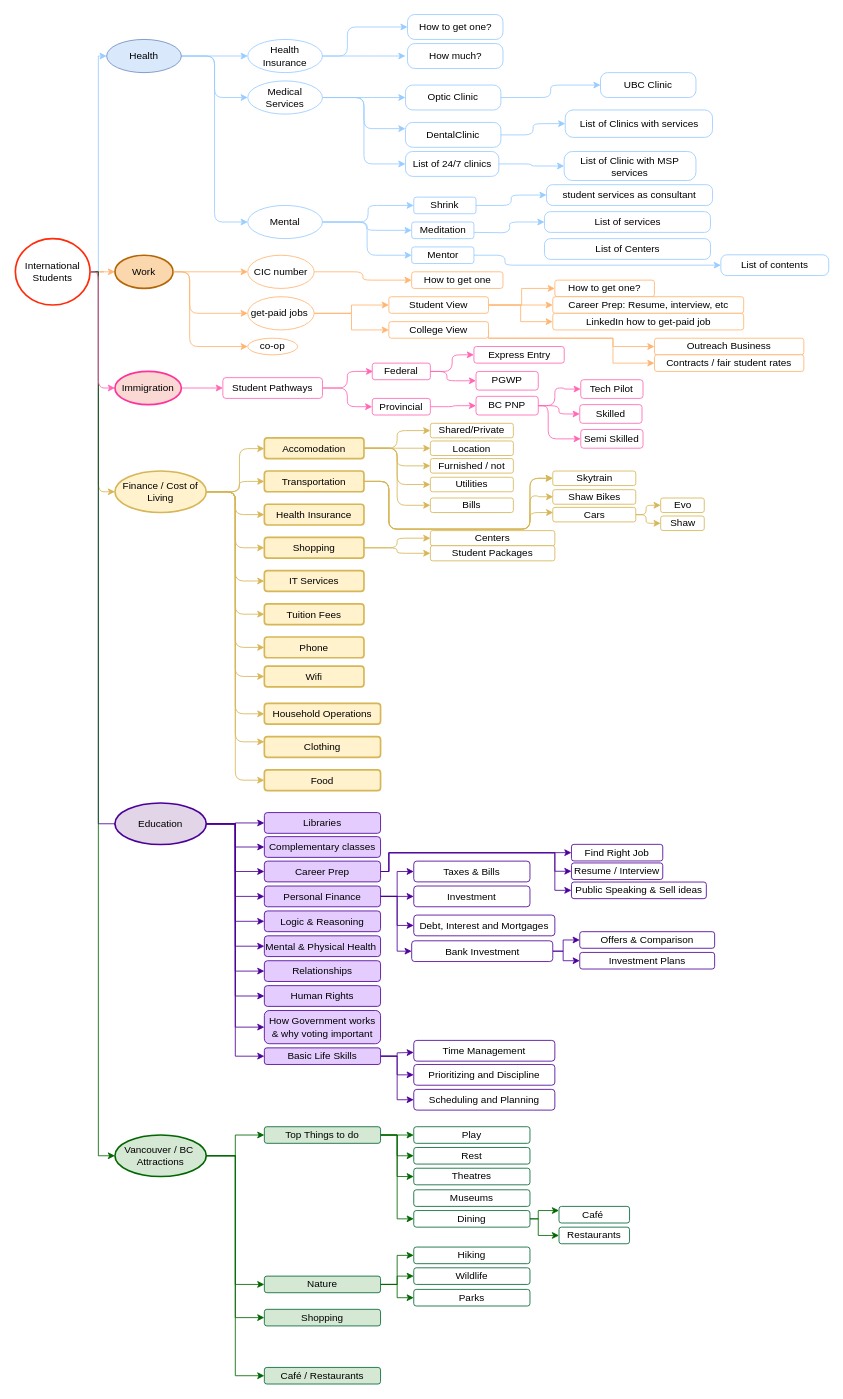
Elaheh-sharafian/portfolio keeps this draw.io diagram as Untitled Diagram.drawio. Above is the earlier version. Source tidied: cells renumbered, new cells numbered last; positions are measured from the earlier drawing's top-left corner, leaving out a move shared by most shapes. Both pictures are drawn from the tidied source at 83%, with x=0, y=0 at pixel (15, 14).
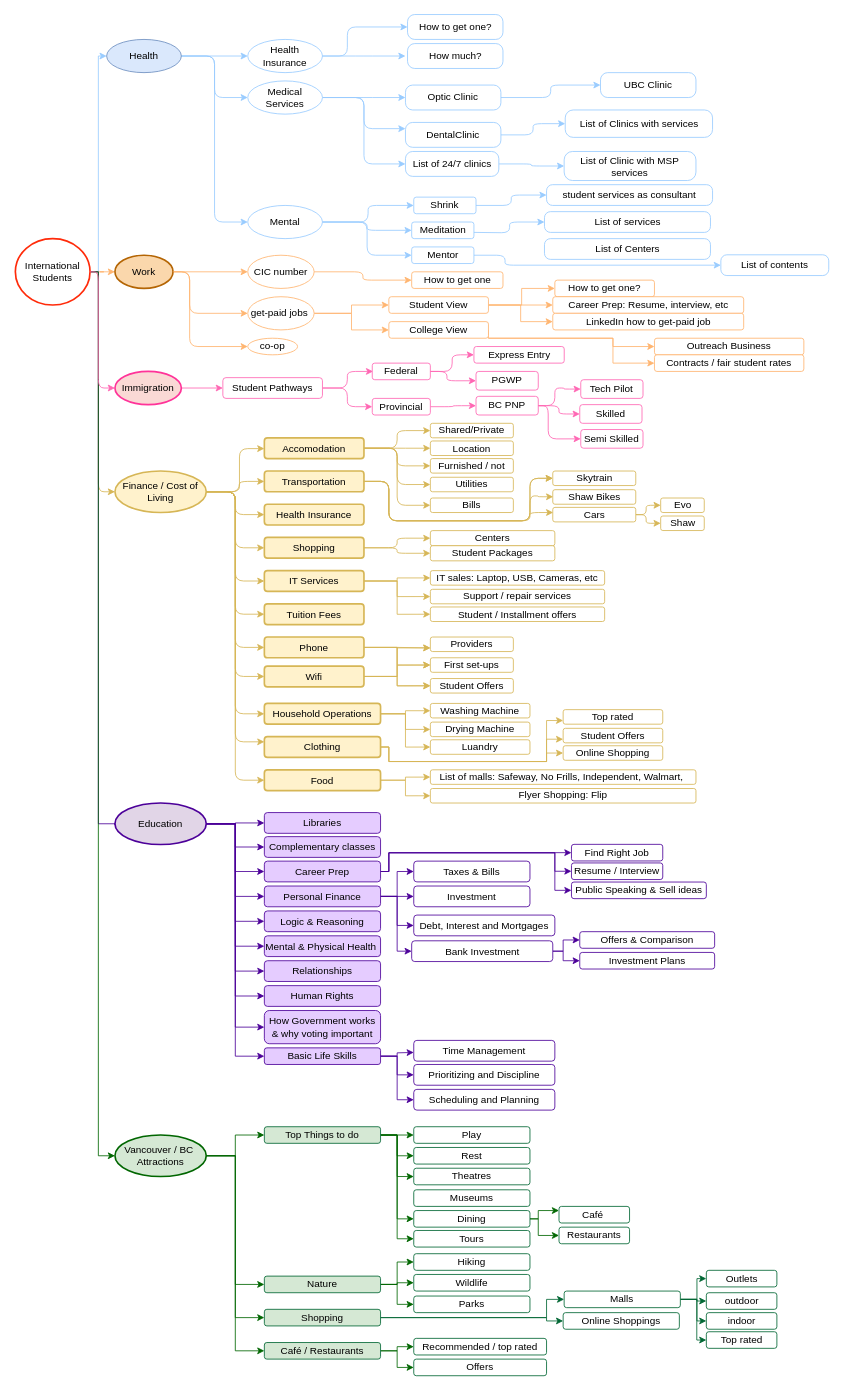
The same page after the edit.

Unchanged cells that the change refers to:
```xml
<mxCell id="108" value="Transportation" style="whiteSpace=wrap;html=1;strokeColor=#D6B656;strokeWidth=2;fillColor=#fff2cc;rounded=1;" parent="1" vertex="1">
  <mxGeometry x="300" y="550" width="120" height="25" as="geometry" />
</mxCell>
<mxCell id="113" value="IT Services" style="whiteSpace=wrap;html=1;strokeColor=#D6B656;strokeWidth=2;fillColor=#fff2cc;rounded=1;" parent="1" vertex="1">
  <mxGeometry x="300" y="670" width="120" height="25" as="geometry" />
</mxCell>
<mxCell id="115" value="Phone" style="whiteSpace=wrap;html=1;strokeColor=#D6B656;strokeWidth=2;fillColor=#fff2cc;rounded=1;" parent="1" vertex="1">
  <mxGeometry x="300" y="750" width="120" height="25" as="geometry" />
</mxCell>
<mxCell id="116" value="Wifi" style="whiteSpace=wrap;html=1;strokeColor=#D6B656;strokeWidth=2;fillColor=#fff2cc;rounded=1;" parent="1" vertex="1">
  <mxGeometry x="300" y="785" width="120" height="25" as="geometry" />
</mxCell>
<mxCell id="117" value="Household Operations" style="whiteSpace=wrap;html=1;strokeColor=#D6B656;strokeWidth=2;fillColor=#fff2cc;rounded=1;" parent="1" vertex="1">
  <mxGeometry x="300" y="830" width="140" height="25" as="geometry" />
</mxCell>
<mxCell id="118" value="Clothing" style="whiteSpace=wrap;html=1;strokeColor=#D6B656;strokeWidth=2;fillColor=#fff2cc;rounded=1;" parent="1" vertex="1">
  <mxGeometry x="300" y="870" width="140" height="25" as="geometry" />
</mxCell>
<mxCell id="119" value="Food" style="whiteSpace=wrap;html=1;strokeColor=#D6B656;strokeWidth=2;fillColor=#fff2cc;rounded=1;" parent="1" vertex="1">
  <mxGeometry x="300" y="910" width="140" height="25" as="geometry" />
</mxCell>
<mxCell id="125" value="Skytrain" style="whiteSpace=wrap;html=1;rounded=1;strokeWidth=1;fillColor=#FFFFFF;strokeColor=#D6B656;" parent="1" vertex="1">
  <mxGeometry x="647.5" y="550" width="100" height="17.5" as="geometry" />
</mxCell>
<mxCell id="191" value="Shopping" style="whiteSpace=wrap;html=1;strokeWidth=1;rounded=1;fillColor=#D5E8D4;strokeColor=#006633;" parent="1" vertex="1">
  <mxGeometry x="300" y="1560" width="140" height="20" as="geometry" />
</mxCell>
<mxCell id="196" value="Top Things to do" style="whiteSpace=wrap;html=1;strokeWidth=1;rounded=1;fillColor=#D5E8D4;strokeColor=#006633;" parent="1" vertex="1">
  <mxGeometry x="300" y="1340" width="140" height="20" as="geometry" />
</mxCell>
```

The edit, as a diff of the source:
```diff
@@
     <mxCell id="107" style="edgeStyle=orthogonalEdgeStyle;rounded=1;jettySize=auto;html=1;exitX=1;exitY=0.5;exitDx=0;exitDy=0;entryX=0;entryY=0.5;entryDx=0;entryDy=0;strokeColor=#D6B656;" parent="1" edge="1" source="108" target="125">
       <mxGeometry relative="1" as="geometry">
         <Array as="points">
-          <mxPoint x="450" y="562" />
-          <mxPoint x="450" y="620" />
-          <mxPoint x="620" y="620" />
+          <mxPoint x="450" y="563" />
+          <mxPoint x="450" y="610" />
+          <mxPoint x="620" y="610" />
           <mxPoint x="620" y="559" />
         </Array>
       </mxGeometry>
     </mxCell>
@@
+    <mxCell id="210" style="edgeStyle=orthogonalEdgeStyle;rounded=0;jettySize=auto;html=1;strokeColor=#D6B656;" parent="1" edge="1" source="113" target="235">
+      <mxGeometry relative="1" as="geometry" />
+    </mxCell>
+    <mxCell id="211" style="edgeStyle=orthogonalEdgeStyle;rounded=0;jettySize=auto;html=1;exitX=1;exitY=0.5;exitDx=0;exitDy=0;entryX=0;entryY=0.5;entryDx=0;entryDy=0;strokeColor=#D6B656;" parent="1" edge="1" source="113" target="236">
+      <mxGeometry relative="1" as="geometry" />
+    </mxCell>
+    <mxCell id="212" style="edgeStyle=orthogonalEdgeStyle;rounded=0;jettySize=auto;html=1;exitX=1;exitY=0.5;exitDx=0;exitDy=0;entryX=0;entryY=0.5;entryDx=0;entryDy=0;strokeColor=#D6B656;" parent="1" edge="1" source="113" target="237">
+      <mxGeometry relative="1" as="geometry" />
+    </mxCell>
@@
+    <mxCell id="213" style="edgeStyle=orthogonalEdgeStyle;rounded=0;jettySize=auto;html=1;entryX=0;entryY=0.75;entryDx=0;entryDy=0;strokeColor=#D6B656;" parent="1" edge="1" source="115" target="238">
+      <mxGeometry relative="1" as="geometry" />
+    </mxCell>
+    <mxCell id="214" style="edgeStyle=orthogonalEdgeStyle;rounded=0;jettySize=auto;html=1;exitX=1;exitY=0.5;exitDx=0;exitDy=0;entryX=0;entryY=0.5;entryDx=0;entryDy=0;strokeColor=#D6B656;" parent="1" edge="1" source="115" target="239">
+      <mxGeometry relative="1" as="geometry" />
+    </mxCell>
+    <mxCell id="215" style="edgeStyle=orthogonalEdgeStyle;rounded=0;jettySize=auto;html=1;exitX=1;exitY=0.5;exitDx=0;exitDy=0;entryX=0;entryY=0.5;entryDx=0;entryDy=0;strokeColor=#D6B656;" parent="1" edge="1" source="115" target="240">
+      <mxGeometry relative="1" as="geometry" />
+    </mxCell>
@@
+    <mxCell id="216" style="edgeStyle=orthogonalEdgeStyle;rounded=0;jettySize=auto;html=1;entryX=0;entryY=0.75;entryDx=0;entryDy=0;strokeColor=#D6B656;" parent="1" edge="1" source="116" target="238">
+      <mxGeometry relative="1" as="geometry" />
+    </mxCell>
+    <mxCell id="217" style="edgeStyle=orthogonalEdgeStyle;rounded=0;jettySize=auto;html=1;exitX=1;exitY=0.5;exitDx=0;exitDy=0;entryX=0;entryY=0.5;entryDx=0;entryDy=0;strokeColor=#D6B656;" parent="1" edge="1" source="116" target="239">
+      <mxGeometry relative="1" as="geometry" />
+    </mxCell>
+    <mxCell id="218" style="edgeStyle=orthogonalEdgeStyle;rounded=0;jettySize=auto;html=1;exitX=1;exitY=0.5;exitDx=0;exitDy=0;entryX=0;entryY=0.5;entryDx=0;entryDy=0;strokeColor=#D6B656;" parent="1" edge="1" source="116" target="240">
+      <mxGeometry relative="1" as="geometry" />
+    </mxCell>
@@
+    <mxCell id="219" style="edgeStyle=orthogonalEdgeStyle;rounded=0;jettySize=auto;html=1;strokeColor=#D6B656;" parent="1" edge="1" source="117" target="241">
+      <mxGeometry relative="1" as="geometry" />
+    </mxCell>
+    <mxCell id="220" style="edgeStyle=orthogonalEdgeStyle;rounded=0;jettySize=auto;html=1;exitX=1;exitY=0.5;exitDx=0;exitDy=0;strokeColor=#D6B656;" parent="1" edge="1" source="117" target="242">
+      <mxGeometry relative="1" as="geometry" />
+    </mxCell>
+    <mxCell id="221" style="edgeStyle=orthogonalEdgeStyle;rounded=0;jettySize=auto;html=1;entryX=0;entryY=0.5;entryDx=0;entryDy=0;strokeColor=#D6B656;" parent="1" edge="1" source="117" target="243">
+      <mxGeometry relative="1" as="geometry" />
+    </mxCell>
@@
+    <mxCell id="222" style="edgeStyle=orthogonalEdgeStyle;rounded=0;jettySize=auto;html=1;entryX=0;entryY=0.75;entryDx=0;entryDy=0;strokeColor=#D6B656;" parent="1" edge="1" source="118" target="244">
+      <mxGeometry relative="1" as="geometry">
+        <Array as="points">
+          <mxPoint x="450" y="883" />
+          <mxPoint x="450" y="900" />
+          <mxPoint x="640" y="900" />
+          <mxPoint x="640" y="851" />
+        </Array>
+      </mxGeometry>
+    </mxCell>
+    <mxCell id="223" style="edgeStyle=orthogonalEdgeStyle;rounded=0;jettySize=auto;html=1;entryX=0;entryY=0.5;entryDx=0;entryDy=0;strokeColor=#D6B656;" parent="1" edge="1" source="118" target="246">
+      <mxGeometry relative="1" as="geometry">
+        <Array as="points">
+          <mxPoint x="450" y="883" />
+          <mxPoint x="450" y="900" />
+          <mxPoint x="640" y="900" />
+          <mxPoint x="640" y="890" />
+        </Array>
+      </mxGeometry>
+    </mxCell>
+    <mxCell id="224" style="edgeStyle=orthogonalEdgeStyle;rounded=0;jettySize=auto;html=1;entryX=0;entryY=0.75;entryDx=0;entryDy=0;strokeColor=#D6B656;" parent="1" edge="1" source="118" target="245">
+      <mxGeometry relative="1" as="geometry">
+        <Array as="points">
+          <mxPoint x="450" y="883" />
+          <mxPoint x="450" y="900" />
+          <mxPoint x="640" y="900" />
+          <mxPoint x="640" y="873" />
+        </Array>
+      </mxGeometry>
+    </mxCell>
@@
+    <mxCell id="225" style="edgeStyle=orthogonalEdgeStyle;rounded=0;jettySize=auto;html=1;entryX=0;entryY=0.5;entryDx=0;entryDy=0;strokeColor=#D6B656;" parent="1" edge="1" source="119" target="247">
+      <mxGeometry relative="1" as="geometry" />
+    </mxCell>
+    <mxCell id="226" style="edgeStyle=orthogonalEdgeStyle;rounded=0;jettySize=auto;html=1;exitX=1;exitY=0.5;exitDx=0;exitDy=0;entryX=0;entryY=0.5;entryDx=0;entryDy=0;strokeColor=#D6B656;" parent="1" edge="1" source="119" target="248">
+      <mxGeometry relative="1" as="geometry" />
+    </mxCell>
@@
     <mxCell id="132" style="edgeStyle=orthogonalEdgeStyle;rounded=1;jettySize=auto;html=1;exitX=1;exitY=0.5;exitDx=0;exitDy=0;entryX=0;entryY=0.5;entryDx=0;entryDy=0;strokeColor=#D6B656;" parent="1" edge="1" source="108" target="125">
       <mxGeometry relative="1" as="geometry">
         <Array as="points">
-          <mxPoint x="450" y="562" />
-          <mxPoint x="450" y="620" />
-          <mxPoint x="620" y="620" />
+          <mxPoint x="450" y="563" />
+          <mxPoint x="450" y="610" />
+          <mxPoint x="620" y="610" />
           <mxPoint x="620" y="559" />
         </Array>
       </mxGeometry>
     </mxCell>
     <mxCell id="133" style="edgeStyle=orthogonalEdgeStyle;rounded=1;jettySize=auto;html=1;exitX=1;exitY=0.5;exitDx=0;exitDy=0;strokeColor=#D6B656;" parent="1" edge="1" source="108">
       <mxGeometry relative="1" as="geometry">
         <mxPoint x="648" y="581" as="targetPoint" />
         <Array as="points">
           <mxPoint x="450" y="563" />
-          <mxPoint x="450" y="620" />
-          <mxPoint x="620" y="620" />
+          <mxPoint x="450" y="610" />
+          <mxPoint x="620" y="610" />
           <mxPoint x="620" y="580" />
           <mxPoint x="630" y="580" />
           <mxPoint x="630" y="581" />
         </Array>
       </mxGeometry>
     </mxCell>
     <mxCell id="134" style="edgeStyle=orthogonalEdgeStyle;rounded=1;jettySize=auto;html=1;exitX=1;exitY=0.5;exitDx=0;exitDy=0;strokeColor=#D6B656;" parent="1" edge="1" source="108">
       <mxGeometry relative="1" as="geometry">
         <mxPoint x="648" y="600" as="targetPoint" />
         <Array as="points">
           <mxPoint x="450" y="563" />
-          <mxPoint x="450" y="620" />
-          <mxPoint x="620" y="620" />
+          <mxPoint x="450" y="610" />
+          <mxPoint x="620" y="610" />
           <mxPoint x="620" y="600" />
         </Array>
       </mxGeometry>
     </mxCell>
@@
+    <mxCell id="227" style="edgeStyle=orthogonalEdgeStyle;rounded=0;jettySize=auto;html=1;exitX=1;exitY=0.5;exitDx=0;exitDy=0;entryX=0;entryY=0.5;entryDx=0;entryDy=0;strokeColor=#006633;" parent="1" edge="1" source="191" target="253">
+      <mxGeometry relative="1" as="geometry">
+        <Array as="points">
+          <mxPoint x="640" y="1570" />
+          <mxPoint x="640" y="1548" />
+        </Array>
+      </mxGeometry>
+    </mxCell>
+    <mxCell id="228" style="edgeStyle=orthogonalEdgeStyle;rounded=0;jettySize=auto;html=1;exitX=1;exitY=0.5;exitDx=0;exitDy=0;strokeColor=#006633;" parent="1" edge="1" source="191" target="254">
+      <mxGeometry relative="1" as="geometry">
+        <Array as="points">
+          <mxPoint x="640" y="1570" />
+          <mxPoint x="640" y="1574" />
+        </Array>
+      </mxGeometry>
+    </mxCell>
@@
+    <mxCell id="229" style="edgeStyle=orthogonalEdgeStyle;rounded=0;jettySize=auto;html=1;entryX=0;entryY=0.5;entryDx=0;entryDy=0;strokeColor=#006600;" parent="1" edge="1" source="196" target="232">
+      <mxGeometry relative="1" as="geometry" />
+    </mxCell>
@@
+    <mxCell id="230" style="edgeStyle=orthogonalEdgeStyle;rounded=0;jettySize=auto;html=1;entryX=0;entryY=0.5;entryDx=0;entryDy=0;strokeColor=#006600;" parent="1" edge="1" source="197" target="233">
+      <mxGeometry relative="1" as="geometry" />
+    </mxCell>
+    <mxCell id="231" style="edgeStyle=orthogonalEdgeStyle;rounded=0;jettySize=auto;html=1;exitX=1;exitY=0.5;exitDx=0;exitDy=0;entryX=0;entryY=0.5;entryDx=0;entryDy=0;strokeColor=#006600;" parent="1" edge="1" source="197" target="234">
+      <mxGeometry relative="1" as="geometry" />
+    </mxCell>
     <mxCell id="197" value="Café / Restaurants" style="whiteSpace=wrap;html=1;strokeWidth=1;rounded=1;fillColor=#D5E8D4;strokeColor=#006633;" parent="1" vertex="1">
-      <mxGeometry x="300" y="1630" width="140" height="20" as="geometry" />
+      <mxGeometry x="300" y="1600" width="140" height="20" as="geometry" />
     </mxCell>
@@
     <mxCell id="202" value="Hiking" style="whiteSpace=wrap;html=1;strokeWidth=1;rounded=1;strokeColor=#006633;fillColor=#FFFFFF;" parent="1" vertex="1">
-      <mxGeometry x="480" y="1485" width="140" height="20" as="geometry" />
+      <mxGeometry x="480" y="1493" width="140" height="20" as="geometry" />
     </mxCell>
     <mxCell id="203" value="Wildlife" style="whiteSpace=wrap;html=1;strokeWidth=1;rounded=1;strokeColor=#006633;fillColor=#FFFFFF;" parent="1" vertex="1">
-      <mxGeometry x="480" y="1510" width="140" height="20" as="geometry" />
+      <mxGeometry x="480" y="1518" width="140" height="20" as="geometry" />
     </mxCell>
     <mxCell id="204" value="Parks" style="whiteSpace=wrap;html=1;strokeWidth=1;rounded=1;strokeColor=#006633;fillColor=#FFFFFF;" parent="1" vertex="1">
-      <mxGeometry x="480" y="1536" width="140" height="20" as="geometry" />
+      <mxGeometry x="480" y="1544" width="140" height="20" as="geometry" />
     </mxCell>
@@
+    <mxCell id="232" value="Tours" style="whiteSpace=wrap;html=1;strokeWidth=1;rounded=1;strokeColor=#006633;fillColor=#FFFFFF;" parent="1" vertex="1">
+      <mxGeometry x="480" y="1465" width="140" height="20" as="geometry" />
+    </mxCell>
+    <mxCell id="233" value="Recommended / top rated" style="whiteSpace=wrap;html=1;strokeWidth=1;rounded=1;strokeColor=#006633;fillColor=#FFFFFF;" parent="1" vertex="1">
+      <mxGeometry x="480" y="1595" width="160" height="20" as="geometry" />
+    </mxCell>
+    <mxCell id="234" value="Offers" style="whiteSpace=wrap;html=1;strokeWidth=1;rounded=1;strokeColor=#006633;fillColor=#FFFFFF;" parent="1" vertex="1">
+      <mxGeometry x="480" y="1620" width="160" height="20" as="geometry" />
+    </mxCell>
+    <mxCell id="235" value="IT sales: Laptop, USB, Cameras, etc" style="whiteSpace=wrap;html=1;rounded=1;strokeWidth=1;fillColor=#FFFFFF;strokeColor=#D6B656;" parent="1" vertex="1">
+      <mxGeometry x="500" y="670" width="210" height="17.5" as="geometry" />
+    </mxCell>
+    <mxCell id="236" value="Support / repair services" style="whiteSpace=wrap;html=1;rounded=1;strokeWidth=1;fillColor=#FFFFFF;strokeColor=#D6B656;" parent="1" vertex="1">
+      <mxGeometry x="500" y="692.5" width="210" height="17.5" as="geometry" />
+    </mxCell>
+    <mxCell id="237" value="Student / Installment offers" style="whiteSpace=wrap;html=1;rounded=1;strokeWidth=1;fillColor=#FFFFFF;strokeColor=#D6B656;" parent="1" vertex="1">
+      <mxGeometry x="500" y="713.8" width="210" height="17.5" as="geometry" />
+    </mxCell>
+    <mxCell id="238" value="Providers" style="whiteSpace=wrap;html=1;rounded=1;strokeWidth=1;fillColor=#FFFFFF;strokeColor=#D6B656;" parent="1" vertex="1">
+      <mxGeometry x="500" y="750" width="100" height="17.5" as="geometry" />
+    </mxCell>
+    <mxCell id="239" value="First set-ups" style="whiteSpace=wrap;html=1;rounded=1;strokeWidth=1;fillColor=#FFFFFF;strokeColor=#D6B656;" parent="1" vertex="1">
+      <mxGeometry x="500" y="775" width="100" height="17.5" as="geometry" />
+    </mxCell>
+    <mxCell id="240" value="Student Offers" style="whiteSpace=wrap;html=1;rounded=1;strokeWidth=1;fillColor=#FFFFFF;strokeColor=#D6B656;" parent="1" vertex="1">
+      <mxGeometry x="500" y="800" width="100" height="17.5" as="geometry" />
+    </mxCell>
+    <mxCell id="241" value="Washing Machine" style="whiteSpace=wrap;html=1;rounded=1;strokeWidth=1;fillColor=#FFFFFF;strokeColor=#D6B656;" parent="1" vertex="1">
+      <mxGeometry x="500" y="830" width="120" height="17.5" as="geometry" />
+    </mxCell>
+    <mxCell id="242" value="Drying Machine" style="whiteSpace=wrap;html=1;rounded=1;strokeWidth=1;fillColor=#FFFFFF;strokeColor=#D6B656;" parent="1" vertex="1">
+      <mxGeometry x="500" y="852.5" width="120" height="17.5" as="geometry" />
+    </mxCell>
+    <mxCell id="243" value="Luandry" style="whiteSpace=wrap;html=1;rounded=1;strokeWidth=1;fillColor=#FFFFFF;strokeColor=#D6B656;" parent="1" vertex="1">
+      <mxGeometry x="500" y="873.8" width="120" height="17.5" as="geometry" />
+    </mxCell>
+    <mxCell id="244" value="Top rated" style="whiteSpace=wrap;html=1;rounded=1;strokeWidth=1;fillColor=#FFFFFF;strokeColor=#D6B656;" parent="1" vertex="1">
+      <mxGeometry x="660" y="837.5" width="120" height="17.5" as="geometry" />
+    </mxCell>
+    <mxCell id="245" value="Student Offers" style="whiteSpace=wrap;html=1;rounded=1;strokeWidth=1;fillColor=#FFFFFF;strokeColor=#D6B656;" parent="1" vertex="1">
+      <mxGeometry x="660" y="860" width="120" height="17.5" as="geometry" />
+    </mxCell>
+    <mxCell id="246" value="Online Shopping" style="whiteSpace=wrap;html=1;rounded=1;strokeWidth=1;fillColor=#FFFFFF;strokeColor=#D6B656;" parent="1" vertex="1">
+      <mxGeometry x="660" y="881" width="120" height="17.5" as="geometry" />
+    </mxCell>
+    <mxCell id="247" value="List of malls: Safeway, No Frills, Independent, Walmart,&amp;nbsp;" style="whiteSpace=wrap;html=1;rounded=1;strokeWidth=1;fillColor=#FFFFFF;strokeColor=#D6B656;" parent="1" vertex="1">
+      <mxGeometry x="500" y="910" width="320" height="17.5" as="geometry" />
+    </mxCell>
+    <mxCell id="248" value="Flyer Shopping: Flip" style="whiteSpace=wrap;html=1;rounded=1;strokeWidth=1;fillColor=#FFFFFF;strokeColor=#D6B656;" parent="1" vertex="1">
+      <mxGeometry x="500" y="932.5" width="320" height="17.5" as="geometry" />
+    </mxCell>
+    <mxCell id="249" style="edgeStyle=orthogonalEdgeStyle;rounded=0;jettySize=auto;html=1;entryX=0;entryY=0.5;entryDx=0;entryDy=0;strokeColor=#006633;" parent="1" edge="1" source="253" target="255">
+      <mxGeometry relative="1" as="geometry" />
+    </mxCell>
+    <mxCell id="250" style="edgeStyle=orthogonalEdgeStyle;rounded=0;jettySize=auto;html=1;entryX=0;entryY=0.5;entryDx=0;entryDy=0;strokeColor=#006633;" parent="1" edge="1" source="253" target="256">
+      <mxGeometry relative="1" as="geometry" />
+    </mxCell>
+    <mxCell id="251" style="edgeStyle=orthogonalEdgeStyle;rounded=0;jettySize=auto;html=1;exitX=1;exitY=0.5;exitDx=0;exitDy=0;entryX=0;entryY=0.5;entryDx=0;entryDy=0;strokeColor=#006633;" parent="1" edge="1" source="253" target="257">
+      <mxGeometry relative="1" as="geometry" />
+    </mxCell>
+    <mxCell id="252" style="edgeStyle=orthogonalEdgeStyle;rounded=0;jettySize=auto;html=1;exitX=1;exitY=0.5;exitDx=0;exitDy=0;entryX=0;entryY=0.5;entryDx=0;entryDy=0;strokeColor=#006633;" parent="1" edge="1" source="253" target="258">
+      <mxGeometry relative="1" as="geometry">
+        <Array as="points">
+          <mxPoint x="821" y="1548" />
+          <mxPoint x="821" y="1597" />
+        </Array>
+      </mxGeometry>
+    </mxCell>
+    <mxCell id="253" value="Malls" style="whiteSpace=wrap;html=1;strokeWidth=1;rounded=1;strokeColor=#006633;fillColor=#FFFFFF;" parent="1" vertex="1">
+      <mxGeometry x="661.2" y="1538" width="140" height="20" as="geometry" />
+    </mxCell>
+    <mxCell id="254" value="Online Shoppings" style="whiteSpace=wrap;html=1;strokeWidth=1;rounded=1;strokeColor=#006633;fillColor=#FFFFFF;" parent="1" vertex="1">
+      <mxGeometry x="660" y="1564" width="140" height="20" as="geometry" />
+    </mxCell>
+    <mxCell id="255" value="Outlets" style="whiteSpace=wrap;html=1;strokeWidth=1;rounded=1;strokeColor=#006633;fillColor=#FFFFFF;" parent="1" vertex="1">
+      <mxGeometry x="832.5" y="1513" width="85" height="20" as="geometry" />
+    </mxCell>
+    <mxCell id="256" value="outdoor" style="whiteSpace=wrap;html=1;strokeWidth=1;rounded=1;strokeColor=#006633;fillColor=#FFFFFF;" parent="1" vertex="1">
+      <mxGeometry x="832.5" y="1540" width="85" height="20" as="geometry" />
+    </mxCell>
+    <mxCell id="257" value="indoor" style="whiteSpace=wrap;html=1;strokeWidth=1;rounded=1;strokeColor=#006633;fillColor=#FFFFFF;" parent="1" vertex="1">
+      <mxGeometry x="832.5" y="1564" width="85" height="20" as="geometry" />
+    </mxCell>
+    <mxCell id="258" value="Top rated" style="whiteSpace=wrap;html=1;strokeWidth=1;rounded=1;strokeColor=#006633;fillColor=#FFFFFF;" parent="1" vertex="1">
+      <mxGeometry x="832.5" y="1587" width="85" height="20" as="geometry" />
+    </mxCell>
```
